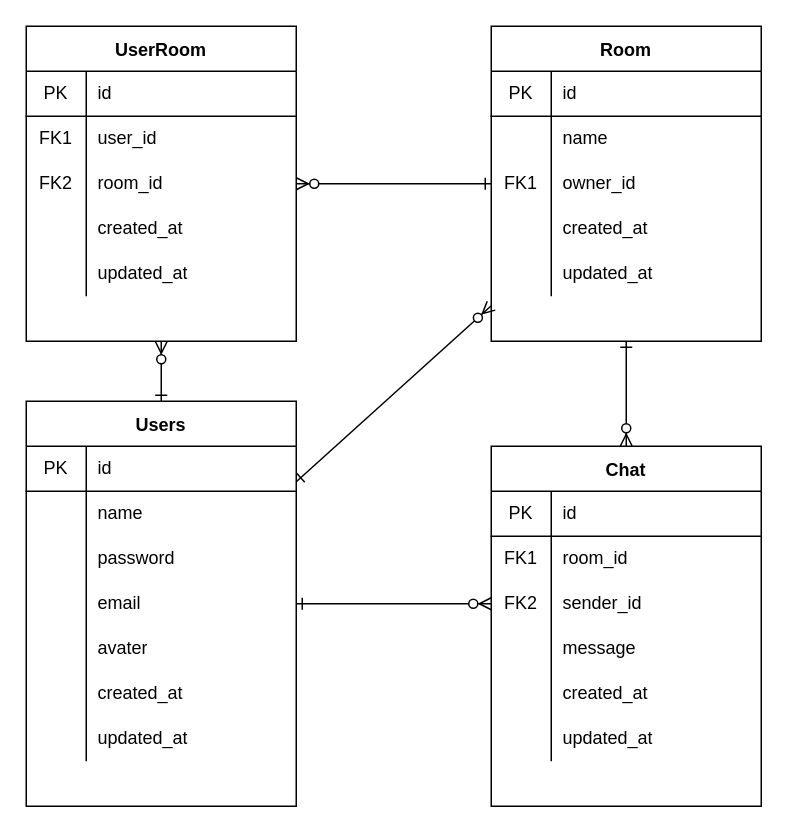
Before: docs/db.dio in RIFT-tokyo/auth-chat, a draw.io diagram. Source tidied: cells renumbered, new cells numbered last; positions are measured from the earlier drawing's top-left corner, leaving out a move shared by most shapes. Both pictures are drawn from the tidied source at 150%, with x=0, y=0 at pixel (26, 26).
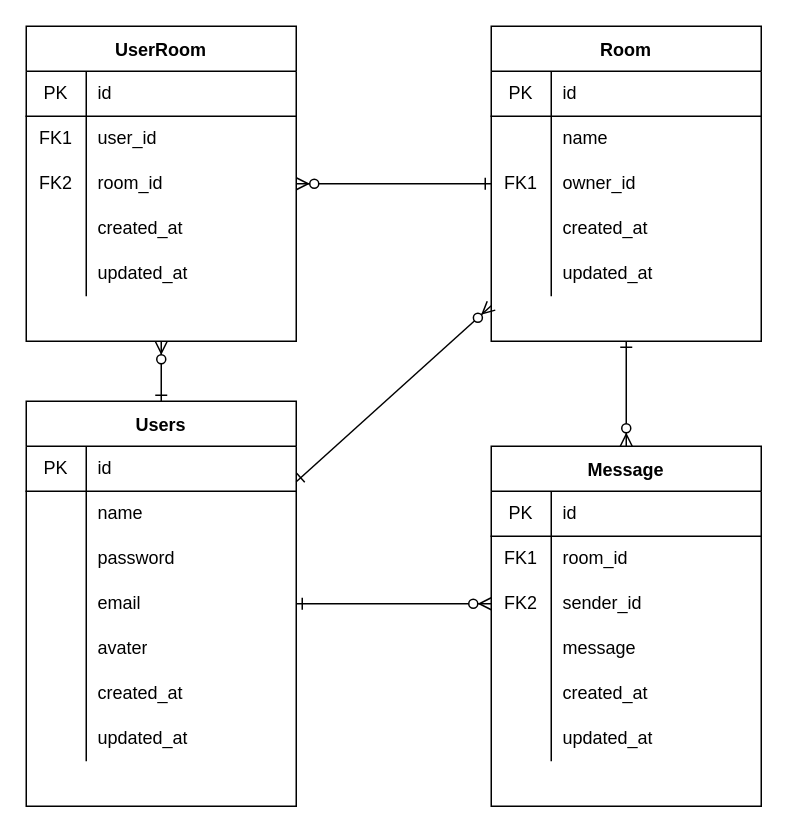
After the change.

The edit, as a diff of the source:
```diff
@@
-    <mxCell id="40" value="Chat" style="shape=table;startSize=30;childLayout=tableLayout;rowLines=0;fontStyle=1;align=center;" parent="1" vertex="1">
+    <mxCell id="40" value="Message" style="shape=table;startSize=30;childLayout=tableLayout;rowLines=0;fontStyle=1;align=center;" parent="1" vertex="1">
       <mxGeometry x="310" y="280" width="180" height="240" as="geometry" />
     </mxCell>
```
